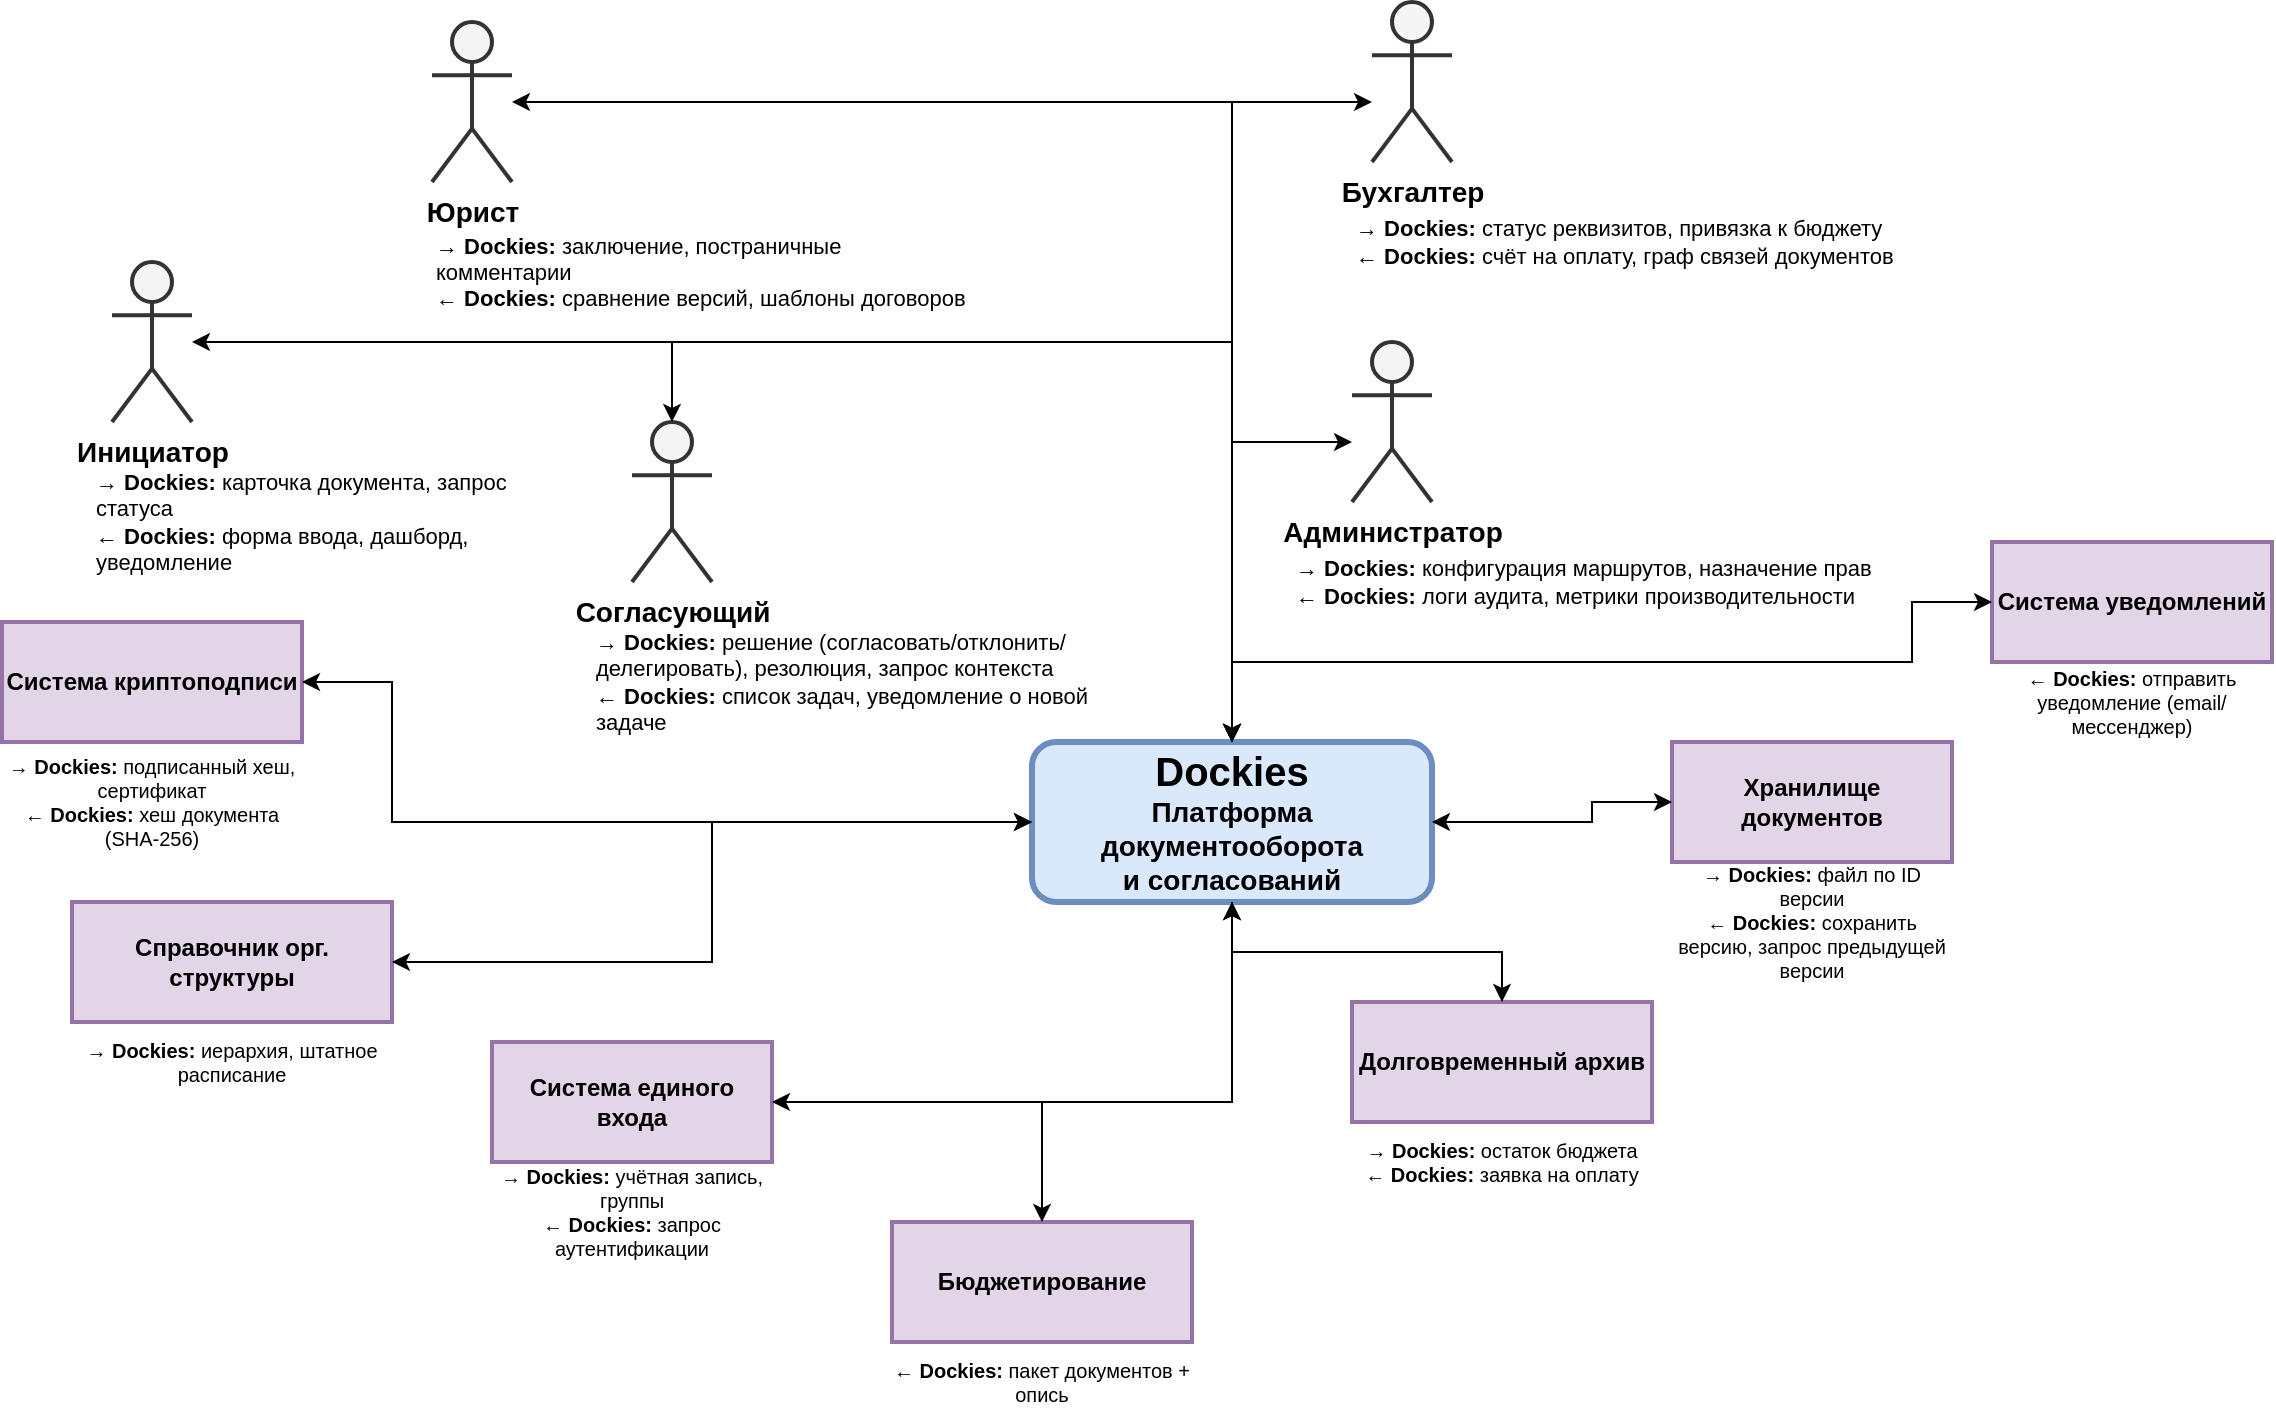
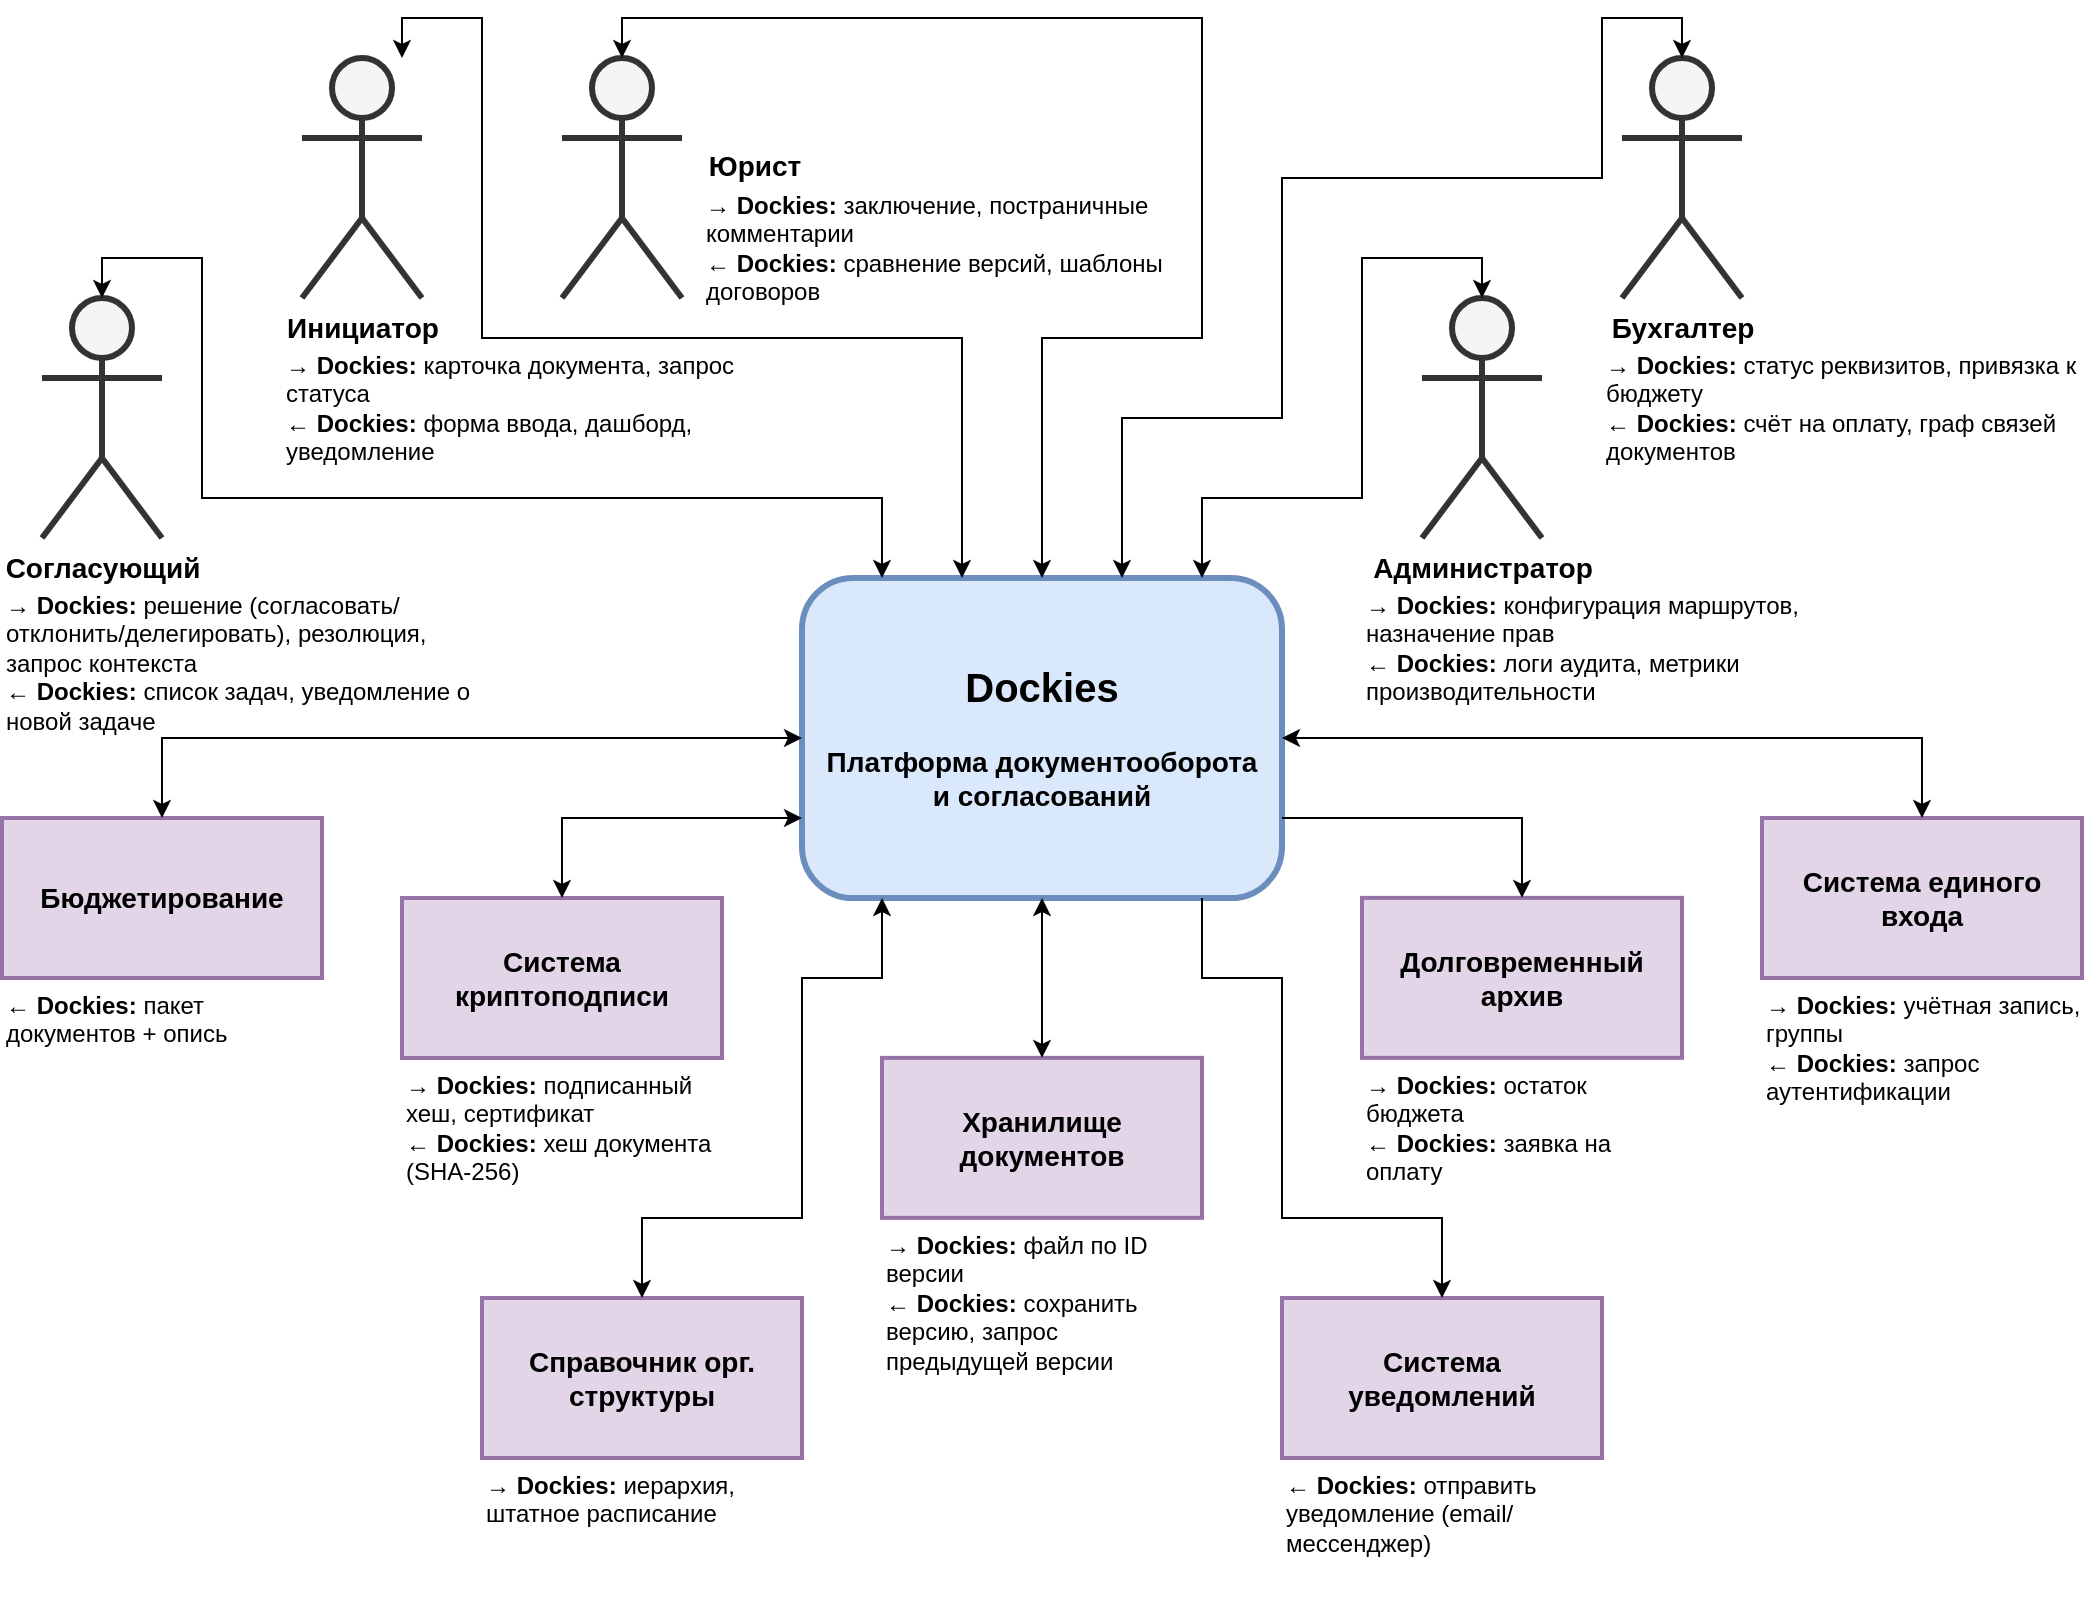
- <mxfile host="drawio-plugin" modified="2026-05-20T15:04:27.407Z" agent="Mozilla/5.0 (Windows NT 10.0; Win64; x64) AppleWebKit/537.36 (KHTML, like Gecko) Chrome/137.0.0.0 Safari/537.36" version="22.1.22" etag="Rio4JyiHNTzNTQ91zVzI" type="embed">
+ <mxfile host="drawio-plugin" modified="2026-05-20T16:00:39.838Z" agent="Mozilla/5.0 (Windows NT 10.0; Win64; x64) AppleWebKit/537.36 (KHTML, like Gecko) Chrome/137.0.0.0 Safari/537.36" etag="QXG0xxcirUBjGd_FqxHp" version="22.1.22" type="embed">
  <diagram name="Контекстная диаграмма Dockies" id="dockies-context">
-     <mxGraphModel dx="401" dy="223" grid="1" gridSize="10" guides="1" tooltips="1" connect="1" arrows="1" fold="1" page="1" pageScale="1" pageWidth="1600" pageHeight="1200" math="0" shadow="0">
+     <mxGraphModel dx="671" dy="398" grid="1" gridSize="10" guides="1" tooltips="1" connect="1" arrows="1" fold="1" page="1" pageScale="1" pageWidth="1600" pageHeight="1200" math="0" shadow="0">
      <root>
        <mxCell id="0" />
        <mxCell id="1" parent="0" />
-         <mxCell id="dockies" value="&lt;b style=&quot;font-size:20px&quot;&gt;Dockies&lt;/b&gt;&lt;br&gt;Платформа документооборота&lt;br&gt;и согласований" style="rounded=1;whiteSpace=wrap;html=1;fillColor=#dae8fc;strokeColor=#6c8ebf;strokeWidth=3;fontSize=14;fontStyle=1;align=center;" parent="1" vertex="1">
-           <mxGeometry x="560" y="480" width="200" height="80" as="geometry" />
+         <mxCell id="dockies" value="&lt;b style=&quot;font-size:20px&quot;&gt;Dockies&lt;br&gt;&lt;/b&gt;&lt;br&gt;Платформа документооборота&lt;br&gt;и согласований" style="rounded=1;whiteSpace=wrap;html=1;fillColor=#dae8fc;strokeColor=#6c8ebf;strokeWidth=3;fontSize=14;fontStyle=1;align=center;arcSize=16;" parent="1" vertex="1">
+           <mxGeometry x="880" y="640" width="240" height="160" as="geometry" />
        </mxCell>
-         <mxCell id="initiator" value="Инициатор" style="shape=umlActor;verticalLabelPosition=bottom;verticalAlign=top;html=1;outlineConnect=0;strokeWidth=2;fillColor=#f5f5f5;strokeColor=#333333;fontSize=14;fontStyle=1" parent="1" vertex="1">
-           <mxGeometry x="100" y="240" width="40" height="80" as="geometry" />
+         <mxCell id="initiator" value="Инициатор" style="shape=umlActor;verticalLabelPosition=bottom;verticalAlign=top;html=1;outlineConnect=0;strokeWidth=3;fillColor=#f5f5f5;strokeColor=#333333;fontSize=14;fontStyle=1" parent="1" vertex="1">
+           <mxGeometry x="630" y="380" width="60" height="120" as="geometry" />
        </mxCell>
-         <mxCell id="initiator-text" value="&lt;b&gt;→ Dockies:&lt;/b&gt; карточка документа, запрос статуса&lt;br&gt;&lt;b&gt;← Dockies:&lt;/b&gt; форма ввода, дашборд, уведомление" style="text;html=1;strokeColor=none;fillColor=none;align=left;verticalAlign=middle;whiteSpace=wrap;fontSize=11;" parent="1" vertex="1">
-           <mxGeometry x="90" y="340" width="240" height="60" as="geometry" />
+         <mxCell id="initiator-text" value="&lt;b style=&quot;font-size: 12px;&quot;&gt;→ Dockies:&lt;/b&gt; карточка документа, запрос статуса&lt;br style=&quot;font-size: 12px;&quot;&gt;&lt;b style=&quot;font-size: 12px;&quot;&gt;← Dockies:&lt;/b&gt; форма ввода, дашборд, уведомление" style="text;html=1;strokeColor=none;fillColor=none;align=left;verticalAlign=top;whiteSpace=wrap;fontSize=12;" parent="1" vertex="1">
+           <mxGeometry x="620" y="520" width="240" height="80" as="geometry" />
        </mxCell>
        <mxCell id="edge-init" style="edgeStyle=orthogonalEdgeStyle;rounded=0;orthogonalLoop=1;jettySize=auto;html=1;endArrow=classic;startArrow=classic;endFill=1;startFill=1;" parent="1" source="initiator" target="dockies" edge="1">
-           <mxGeometry relative="1" as="geometry" />
+           <mxGeometry relative="1" as="geometry">
+             <Array as="points">
+               <mxPoint x="680" y="360" />
+               <mxPoint x="720" y="360" />
+               <mxPoint x="720" y="520" />
+               <mxPoint x="960" y="520" />
+             </Array>
+           </mxGeometry>
        </mxCell>
-         <mxCell id="approver" value="Согласующий" style="shape=umlActor;verticalLabelPosition=bottom;verticalAlign=top;html=1;outlineConnect=0;strokeWidth=2;fillColor=#f5f5f5;strokeColor=#333333;fontSize=14;fontStyle=1" parent="1" vertex="1">
-           <mxGeometry x="360" y="320" width="40" height="80" as="geometry" />
+         <mxCell id="approver" value="Согласующий" style="shape=umlActor;verticalLabelPosition=bottom;verticalAlign=top;html=1;outlineConnect=0;strokeWidth=3;fillColor=#f5f5f5;strokeColor=#333333;fontSize=14;fontStyle=1" parent="1" vertex="1">
+           <mxGeometry x="500" y="500" width="60" height="120" as="geometry" />
        </mxCell>
-         <mxCell id="approver-text" value="&lt;b&gt;→ Dockies:&lt;/b&gt; решение (согласовать/отклонить/делегировать), резолюция, запрос контекста&lt;br&gt;&lt;b&gt;← Dockies:&lt;/b&gt; список задач, уведомление о новой задаче" style="text;html=1;strokeColor=none;fillColor=none;align=left;verticalAlign=middle;whiteSpace=wrap;fontSize=11;" parent="1" vertex="1">
-           <mxGeometry x="340" y="420" width="280" height="60" as="geometry" />
+         <mxCell id="approver-text" value="&lt;b style=&quot;font-size: 12px;&quot;&gt;→ Dockies:&lt;/b&gt; решение (согласовать/отклонить/делегировать), резолюция, запрос контекста&lt;br style=&quot;font-size: 12px;&quot;&gt;&lt;b style=&quot;font-size: 12px;&quot;&gt;← Dockies:&lt;/b&gt; список задач, уведомление о новой задаче" style="text;html=1;strokeColor=none;fillColor=none;align=left;verticalAlign=top;whiteSpace=wrap;fontSize=12;" parent="1" vertex="1">
+           <mxGeometry x="480" y="640" width="240" height="80" as="geometry" />
        </mxCell>
        <mxCell id="edge-appr" style="edgeStyle=orthogonalEdgeStyle;rounded=0;orthogonalLoop=1;jettySize=auto;html=1;endArrow=classic;startArrow=classic;endFill=1;startFill=1;" parent="1" source="approver" target="dockies" edge="1">
          <mxGeometry relative="1" as="geometry">
            <Array as="points">
-               <mxPoint x="380" y="280" />
-               <mxPoint x="660" y="280" />
+               <mxPoint x="530" y="480" />
+               <mxPoint x="580" y="480" />
+               <mxPoint x="580" y="600" />
+               <mxPoint x="920" y="600" />
            </Array>
          </mxGeometry>
        </mxCell>
-         <mxCell id="lawyer" value="Юрист" style="shape=umlActor;verticalLabelPosition=bottom;verticalAlign=top;html=1;outlineConnect=0;strokeWidth=2;fillColor=#f5f5f5;strokeColor=#333333;fontSize=14;fontStyle=1" parent="1" vertex="1">
-           <mxGeometry x="260" y="120" width="40" height="80" as="geometry" />
+         <mxCell id="lawyer" value="Юрист" style="shape=umlActor;verticalLabelPosition=bottom;verticalAlign=top;html=1;outlineConnect=0;strokeWidth=3;fillColor=#f5f5f5;strokeColor=#333333;fontSize=14;fontStyle=1;spacingLeft=132;spacingBottom=0;spacingRight=0;spacingTop=-81;" parent="1" vertex="1">
+           <mxGeometry x="760" y="380" width="60" height="120" as="geometry" />
        </mxCell>
-         <mxCell id="lawyer-text" value="&lt;b&gt;→ Dockies:&lt;/b&gt; заключение, постраничные комментарии&lt;br&gt;&lt;b&gt;← Dockies:&lt;/b&gt; сравнение версий, шаблоны договоров" style="text;html=1;strokeColor=none;fillColor=none;align=left;verticalAlign=middle;whiteSpace=wrap;fontSize=11;" parent="1" vertex="1">
-           <mxGeometry x="260" y="220" width="270" height="50" as="geometry" />
+         <mxCell id="lawyer-text" value="&lt;b style=&quot;font-size: 12px;&quot;&gt;→ Dockies:&lt;/b&gt; заключение, постраничные комментарии&lt;br style=&quot;font-size: 12px;&quot;&gt;&lt;b style=&quot;font-size: 12px;&quot;&gt;← Dockies:&lt;/b&gt; сравнение версий, шаблоны договоров" style="text;html=1;strokeColor=none;fillColor=none;align=left;verticalAlign=top;whiteSpace=wrap;fontSize=12;" parent="1" vertex="1">
+           <mxGeometry x="830" y="440" width="240" height="80" as="geometry" />
        </mxCell>
        <mxCell id="edge-law" style="edgeStyle=orthogonalEdgeStyle;rounded=0;orthogonalLoop=1;jettySize=auto;html=1;endArrow=classic;startArrow=classic;endFill=1;startFill=1;" parent="1" source="lawyer" target="dockies" edge="1">
-           <mxGeometry relative="1" as="geometry" />
+           <mxGeometry relative="1" as="geometry">
+             <Array as="points">
+               <mxPoint x="790" y="360" />
+               <mxPoint x="1080" y="360" />
+               <mxPoint x="1080" y="520" />
+               <mxPoint x="1000" y="520" />
+             </Array>
+           </mxGeometry>
        </mxCell>
-         <mxCell id="accountant" value="Бухгалтер" style="shape=umlActor;verticalLabelPosition=bottom;verticalAlign=top;html=1;outlineConnect=0;strokeWidth=2;fillColor=#f5f5f5;strokeColor=#333333;fontSize=14;fontStyle=1" parent="1" vertex="1">
-           <mxGeometry x="730" y="110" width="40" height="80" as="geometry" />
+         <mxCell id="accountant" value="Бухгалтер" style="shape=umlActor;verticalLabelPosition=bottom;verticalAlign=top;html=1;outlineConnect=0;strokeWidth=3;fillColor=#f5f5f5;strokeColor=#333333;fontSize=14;fontStyle=1" parent="1" vertex="1">
+           <mxGeometry x="1290" y="380" width="60" height="120" as="geometry" />
        </mxCell>
-         <mxCell id="accountant-text" value="&lt;b&gt;→ Dockies:&lt;/b&gt; статус реквизитов, привязка к бюджету&lt;br&gt;&lt;b&gt;← Dockies:&lt;/b&gt; счёт на оплату, граф связей документов" style="text;html=1;strokeColor=none;fillColor=none;align=left;verticalAlign=middle;whiteSpace=wrap;fontSize=11;" parent="1" vertex="1">
-           <mxGeometry x="720" y="210" width="280" height="40" as="geometry" />
+         <mxCell id="accountant-text" value="&lt;b style=&quot;font-size: 12px;&quot;&gt;→ Dockies:&lt;/b&gt; статус реквизитов, привязка к бюджету&lt;br style=&quot;font-size: 12px;&quot;&gt;&lt;b style=&quot;font-size: 12px;&quot;&gt;← Dockies:&lt;/b&gt; счёт на оплату, граф связей документов" style="text;html=1;strokeColor=none;fillColor=none;align=left;verticalAlign=top;whiteSpace=wrap;fontSize=12;" parent="1" vertex="1">
+           <mxGeometry x="1280" y="520" width="240" height="80" as="geometry" />
        </mxCell>
        <mxCell id="edge-acc" style="edgeStyle=orthogonalEdgeStyle;rounded=0;orthogonalLoop=1;jettySize=auto;html=1;endArrow=classic;startArrow=classic;endFill=1;startFill=1;" parent="1" source="accountant" target="dockies" edge="1">
          <mxGeometry relative="1" as="geometry">
            <Array as="points">
-               <mxPoint x="660" y="160" />
+               <mxPoint x="1320" y="360" />
+               <mxPoint x="1280" y="360" />
+               <mxPoint x="1280" y="440" />
+               <mxPoint x="1120" y="440" />
+               <mxPoint x="1120" y="560" />
+               <mxPoint x="1040" y="560" />
            </Array>
          </mxGeometry>
        </mxCell>
-         <mxCell id="admin" value="Администратор" style="shape=umlActor;verticalLabelPosition=bottom;verticalAlign=top;html=1;outlineConnect=0;strokeWidth=2;fillColor=#f5f5f5;strokeColor=#333333;fontSize=14;fontStyle=1" parent="1" vertex="1">
-           <mxGeometry x="720" y="280" width="40" height="80" as="geometry" />
+         <mxCell id="admin" value="Администратор" style="shape=umlActor;verticalLabelPosition=bottom;verticalAlign=top;html=1;outlineConnect=0;strokeWidth=3;fillColor=#f5f5f5;strokeColor=#333333;fontSize=14;fontStyle=1" parent="1" vertex="1">
+           <mxGeometry x="1190" y="500" width="60" height="120" as="geometry" />
        </mxCell>
-         <mxCell id="admin-text" value="&lt;b&gt;→ Dockies:&lt;/b&gt; конфигурация маршрутов, назначение прав&lt;br&gt;&lt;b&gt;← Dockies:&lt;/b&gt; логи аудита, метрики производительности" style="text;html=1;strokeColor=none;fillColor=none;align=left;verticalAlign=middle;whiteSpace=wrap;fontSize=11;" parent="1" vertex="1">
-           <mxGeometry x="690" y="380" width="290" height="40" as="geometry" />
+         <mxCell id="admin-text" value="&lt;b style=&quot;font-size: 12px;&quot;&gt;→ Dockies:&lt;/b&gt; конфигурация маршрутов, назначение прав&lt;br style=&quot;font-size: 12px;&quot;&gt;&lt;b style=&quot;font-size: 12px;&quot;&gt;← Dockies:&lt;/b&gt; логи аудита, метрики производительности" style="text;html=1;strokeColor=none;fillColor=none;align=left;verticalAlign=top;whiteSpace=wrap;fontSize=12;" parent="1" vertex="1">
+           <mxGeometry x="1160" y="640" width="240" height="80" as="geometry" />
        </mxCell>
        <mxCell id="edge-adm" style="edgeStyle=orthogonalEdgeStyle;rounded=0;orthogonalLoop=1;jettySize=auto;html=1;endArrow=classic;startArrow=classic;endFill=1;startFill=1;" parent="1" source="admin" target="dockies" edge="1">
          <mxGeometry relative="1" as="geometry">
            <Array as="points">
-               <mxPoint x="660" y="330" />
+               <mxPoint x="1220" y="480" />
+               <mxPoint x="1160" y="480" />
+               <mxPoint x="1160" y="600" />
+               <mxPoint x="1080" y="600" />
            </Array>
          </mxGeometry>
        </mxCell>
-         <mxCell id="sso" value="Система единого входа" style="rounded=0;whiteSpace=wrap;html=1;fillColor=#e1d5e7;strokeColor=#9673a6;strokeWidth=2;fontSize=12;fontStyle=1;" parent="1" vertex="1">
-           <mxGeometry x="290" y="630" width="140" height="60" as="geometry" />
+         <mxCell id="sso" value="&lt;font style=&quot;font-size: 14px;&quot;&gt;Система единого входа&lt;/font&gt;" style="rounded=0;whiteSpace=wrap;html=1;fillColor=#e1d5e7;strokeColor=#9673a6;strokeWidth=2;fontSize=14;fontStyle=1;" parent="1" vertex="1">
+           <mxGeometry x="1360" y="760" width="160" height="80" as="geometry" />
        </mxCell>
-         <mxCell id="sso-text" value="&lt;b&gt;→ Dockies:&lt;/b&gt; учётная запись, группы&lt;br&gt;&lt;b&gt;← Dockies:&lt;/b&gt; запрос аутентификации" style="text;html=1;strokeColor=none;fillColor=none;align=center;verticalAlign=middle;whiteSpace=wrap;fontSize=10;" parent="1" vertex="1">
-           <mxGeometry x="290" y="690" width="140" height="50" as="geometry" />
+         <mxCell id="sso-text" value="&lt;b style=&quot;font-size: 12px;&quot;&gt;→ Dockies:&lt;/b&gt; учётная запись, группы&lt;br style=&quot;font-size: 12px;&quot;&gt;&lt;b style=&quot;font-size: 12px;&quot;&gt;← Dockies:&lt;/b&gt; запрос аутентификации" style="text;html=1;strokeColor=none;fillColor=none;align=left;verticalAlign=top;whiteSpace=wrap;fontSize=12;" parent="1" vertex="1">
+           <mxGeometry x="1360" y="840" width="160" height="80" as="geometry" />
        </mxCell>
        <mxCell id="edge-sso" style="edgeStyle=orthogonalEdgeStyle;rounded=0;orthogonalLoop=1;jettySize=auto;html=1;endArrow=classic;startArrow=classic;endFill=1;startFill=1;" parent="1" source="sso" target="dockies" edge="1">
-           <mxGeometry relative="1" as="geometry" />
-         </mxCell>
-         <mxCell id="storage" value="Хранилище документов" style="rounded=0;whiteSpace=wrap;html=1;fillColor=#e1d5e7;strokeColor=#9673a6;strokeWidth=2;fontSize=12;fontStyle=1;" parent="1" vertex="1">
-           <mxGeometry x="880" y="480" width="140" height="60" as="geometry" />
-         </mxCell>
-         <mxCell id="storage-text" value="&lt;b&gt;→ Dockies:&lt;/b&gt; файл по ID версии&lt;br&gt;&lt;b&gt;← Dockies:&lt;/b&gt; сохранить версию, запрос предыдущей версии" style="text;html=1;strokeColor=none;fillColor=none;align=center;verticalAlign=middle;whiteSpace=wrap;fontSize=10;" parent="1" vertex="1">
-           <mxGeometry x="880" y="540" width="140" height="60" as="geometry" />
-         </mxCell>
-         <mxCell id="edge-stor" style="edgeStyle=orthogonalEdgeStyle;rounded=0;orthogonalLoop=1;jettySize=auto;html=1;endArrow=classic;startArrow=classic;endFill=1;startFill=1;" parent="1" source="storage" target="dockies" edge="1">
          <mxGeometry relative="1" as="geometry">
            <Array as="points">
-               <mxPoint x="840" y="510" />
-               <mxPoint x="840" y="520" />
+               <mxPoint x="1440" y="720" />
            </Array>
          </mxGeometry>
        </mxCell>
-         <mxCell id="notif" value="Система уведомлений" style="rounded=0;whiteSpace=wrap;html=1;fillColor=#e1d5e7;strokeColor=#9673a6;strokeWidth=2;fontSize=12;fontStyle=1;" parent="1" vertex="1">
-           <mxGeometry x="1040" y="380" width="140" height="60" as="geometry" />
+         <mxCell id="storage" value="&lt;font style=&quot;font-size: 14px;&quot;&gt;Хранилище документов&lt;/font&gt;" style="rounded=0;whiteSpace=wrap;html=1;fillColor=#e1d5e7;strokeColor=#9673a6;strokeWidth=2;fontSize=14;fontStyle=1;" parent="1" vertex="1">
+           <mxGeometry x="920" y="879.9300000000001" width="160" height="80" as="geometry" />
        </mxCell>
-         <mxCell id="notif-text" value="&lt;b&gt;← Dockies:&lt;/b&gt; отправить уведомление (email/мессенджер)" style="text;html=1;strokeColor=none;fillColor=none;align=center;verticalAlign=middle;whiteSpace=wrap;fontSize=10;" parent="1" vertex="1">
-           <mxGeometry x="1040" y="440" width="140" height="40" as="geometry" />
+         <mxCell id="storage-text" value="&lt;font style=&quot;font-size: 12px;&quot;&gt;&lt;b style=&quot;font-size: 12px;&quot;&gt;→ Dockies:&lt;/b&gt; файл по ID версии&lt;br style=&quot;font-size: 12px;&quot;&gt;&lt;b style=&quot;font-size: 12px;&quot;&gt;← Dockies:&lt;/b&gt; сохранить версию, запрос предыдущей версии&lt;/font&gt;" style="text;html=1;strokeColor=none;fillColor=none;align=left;verticalAlign=top;whiteSpace=wrap;fontSize=12;" parent="1" vertex="1">
+           <mxGeometry x="920" y="959.9300000000001" width="160" height="80" as="geometry" />
+         </mxCell>
+         <mxCell id="edge-stor" style="edgeStyle=orthogonalEdgeStyle;rounded=0;orthogonalLoop=1;jettySize=auto;html=1;endArrow=classic;startArrow=classic;endFill=1;startFill=1;exitX=0.5;exitY=0;exitDx=0;exitDy=0;" parent="1" source="storage" target="dockies" edge="1">
+           <mxGeometry relative="1" as="geometry">
+             <Array as="points">
+               <mxPoint x="1000" y="840" />
+               <mxPoint x="1000" y="840" />
+             </Array>
+             <mxPoint x="1030" y="970" as="sourcePoint" />
+           </mxGeometry>
+         </mxCell>
+         <mxCell id="notif" value="&lt;font style=&quot;font-size: 14px;&quot;&gt;Система &lt;br style=&quot;font-size: 14px;&quot;&gt;уведомлений&lt;/font&gt;" style="rounded=0;whiteSpace=wrap;html=1;fillColor=#e1d5e7;strokeColor=#9673a6;strokeWidth=2;fontSize=14;fontStyle=1;" parent="1" vertex="1">
+           <mxGeometry x="1120" y="1000" width="160" height="80" as="geometry" />
+         </mxCell>
+         <mxCell id="notif-text" value="&lt;b style=&quot;font-size: 12px;&quot;&gt;← Dockies:&lt;/b&gt; отправить уведомление (email/мессенджер)" style="text;html=1;strokeColor=none;fillColor=none;align=left;verticalAlign=top;whiteSpace=wrap;fontSize=12;" parent="1" vertex="1">
+           <mxGeometry x="1120" y="1080" width="160" height="80" as="geometry" />
        </mxCell>
        <mxCell id="edge-notif" style="edgeStyle=orthogonalEdgeStyle;rounded=0;orthogonalLoop=1;jettySize=auto;html=1;endArrow=classic;endFill=1;" parent="1" source="dockies" target="notif" edge="1">
          <mxGeometry relative="1" as="geometry">
            <Array as="points">
-               <mxPoint x="660" y="440" />
-               <mxPoint x="1000" y="440" />
-               <mxPoint x="1000" y="410" />
+               <mxPoint x="1080" y="840" />
+               <mxPoint x="1120" y="840" />
+               <mxPoint x="1120" y="960" />
+               <mxPoint x="1200" y="960" />
            </Array>
          </mxGeometry>
        </mxCell>
-         <mxCell id="org" value="Справочник орг. структуры" style="rounded=0;whiteSpace=wrap;html=1;fillColor=#e1d5e7;strokeColor=#9673a6;strokeWidth=2;fontSize=12;fontStyle=1;" parent="1" vertex="1">
-           <mxGeometry x="80" y="560" width="160" height="60" as="geometry" />
+         <mxCell id="org" value="&lt;font style=&quot;font-size: 14px;&quot;&gt;Справочник орг. структуры&lt;/font&gt;" style="rounded=0;whiteSpace=wrap;html=1;fillColor=#e1d5e7;strokeColor=#9673a6;strokeWidth=2;fontSize=14;fontStyle=1;" parent="1" vertex="1">
+           <mxGeometry x="720" y="1000" width="160" height="80" as="geometry" />
        </mxCell>
-         <mxCell id="org-text" value="&lt;b&gt;→ Dockies:&lt;/b&gt; иерархия, штатное расписание" style="text;html=1;strokeColor=none;fillColor=none;align=center;verticalAlign=middle;whiteSpace=wrap;fontSize=10;" parent="1" vertex="1">
-           <mxGeometry x="80" y="620" width="160" height="40" as="geometry" />
+         <mxCell id="org-text" value="&lt;font style=&quot;font-size: 12px;&quot;&gt;&lt;b style=&quot;font-size: 12px;&quot;&gt;→ Dockies:&lt;/b&gt; иерархия, штатное расписание&lt;/font&gt;" style="text;html=1;strokeColor=none;fillColor=none;align=left;verticalAlign=top;whiteSpace=wrap;fontSize=12;" parent="1" vertex="1">
+           <mxGeometry x="720" y="1080" width="160" height="80" as="geometry" />
        </mxCell>
        <mxCell id="edge-org" style="edgeStyle=orthogonalEdgeStyle;rounded=0;orthogonalLoop=1;jettySize=auto;html=1;endArrow=classic;startArrow=classic;endFill=1;startFill=1;" parent="1" source="org" target="dockies" edge="1">
-           <mxGeometry relative="1" as="geometry" />
+           <mxGeometry relative="1" as="geometry">
+             <Array as="points">
+               <mxPoint x="800" y="960" />
+               <mxPoint x="880" y="960" />
+               <mxPoint x="880" y="840" />
+               <mxPoint x="920" y="840" />
+             </Array>
+           </mxGeometry>
        </mxCell>
-         <mxCell id="crypto" value="Система криптоподписи" style="rounded=0;whiteSpace=wrap;html=1;fillColor=#e1d5e7;strokeColor=#9673a6;strokeWidth=2;fontSize=12;fontStyle=1;" parent="1" vertex="1">
-           <mxGeometry x="45" y="420" width="150" height="60" as="geometry" />
+         <mxCell id="crypto" value="Система криптоподписи" style="rounded=0;whiteSpace=wrap;html=1;fillColor=#e1d5e7;strokeColor=#9673a6;strokeWidth=2;fontSize=14;fontStyle=1;" parent="1" vertex="1">
+           <mxGeometry x="680" y="800" width="160" height="80" as="geometry" />
        </mxCell>
-         <mxCell id="crypto-text" value="&lt;b&gt;→ Dockies:&lt;/b&gt; подписанный хеш, сертификат&lt;br&gt;&lt;b&gt;← Dockies:&lt;/b&gt; хеш документа (SHA-256)" style="text;html=1;strokeColor=none;fillColor=none;align=center;verticalAlign=middle;whiteSpace=wrap;fontSize=10;" parent="1" vertex="1">
-           <mxGeometry x="45" y="480" width="150" height="60" as="geometry" />
+         <mxCell id="crypto-text" value="&lt;b style=&quot;font-size: 12px;&quot;&gt;→ Dockies:&lt;/b&gt; подписанный хеш, сертификат&lt;br style=&quot;font-size: 12px;&quot;&gt;&lt;b style=&quot;font-size: 12px;&quot;&gt;← Dockies:&lt;/b&gt; хеш документа (SHA-256)" style="text;html=1;strokeColor=none;fillColor=none;align=left;verticalAlign=top;whiteSpace=wrap;fontSize=12;" parent="1" vertex="1">
+           <mxGeometry x="680" y="879.93" width="160" height="80.07" as="geometry" />
        </mxCell>
        <mxCell id="edge-crypt" style="edgeStyle=orthogonalEdgeStyle;rounded=0;orthogonalLoop=1;jettySize=auto;html=1;endArrow=classic;startArrow=classic;endFill=1;startFill=1;" parent="1" source="crypto" target="dockies" edge="1">
          <mxGeometry relative="1" as="geometry">
            <Array as="points">
-               <mxPoint x="240" y="450" />
-               <mxPoint x="240" y="520" />
+               <mxPoint x="760" y="760" />
            </Array>
          </mxGeometry>
        </mxCell>
-         <mxCell id="archive" value="Долговременный архив" style="rounded=0;whiteSpace=wrap;html=1;fillColor=#e1d5e7;strokeColor=#9673a6;strokeWidth=2;fontSize=12;fontStyle=1;" parent="1" vertex="1">
-           <mxGeometry x="720" y="610" width="150" height="60" as="geometry" />
+         <mxCell id="archive" value="&lt;font style=&quot;font-size: 14px;&quot; face=&quot;Helvetica&quot;&gt;Долговременный архив&lt;/font&gt;" style="rounded=0;whiteSpace=wrap;html=1;fillColor=#e1d5e7;strokeColor=#9673a6;strokeWidth=2;fontSize=14;fontStyle=1;" parent="1" vertex="1">
+           <mxGeometry x="1160" y="799.93" width="160" height="80" as="geometry" />
        </mxCell>
-         <mxCell id="archive-text" value="&lt;b&gt;← Dockies:&lt;/b&gt; пакет документов + опись" style="text;html=1;strokeColor=none;fillColor=none;align=center;verticalAlign=middle;whiteSpace=wrap;fontSize=10;" parent="1" vertex="1">
-           <mxGeometry x="490" y="780" width="150" height="40" as="geometry" />
+         <mxCell id="archive-text" value="&lt;b style=&quot;font-size: 12px;&quot;&gt;← Dockies:&lt;/b&gt; пакет документов + опись" style="text;html=1;strokeColor=none;fillColor=none;align=left;verticalAlign=top;whiteSpace=wrap;fontSize=12;" parent="1" vertex="1">
+           <mxGeometry x="480" y="840" width="160" height="40" as="geometry" />
        </mxCell>
-         <mxCell id="edge-arch" style="edgeStyle=orthogonalEdgeStyle;rounded=0;orthogonalLoop=1;jettySize=auto;html=1;endArrow=classic;endFill=1;" parent="1" source="dockies" target="archive" edge="1">
-           <mxGeometry relative="1" as="geometry" />
+         <mxCell id="edge-arch" style="edgeStyle=orthogonalEdgeStyle;rounded=0;orthogonalLoop=1;jettySize=auto;html=1;endArrow=classic;endFill=1;entryX=0.5;entryY=0;entryDx=0;entryDy=0;exitX=1;exitY=0.75;exitDx=0;exitDy=0;" parent="1" source="dockies" target="archive" edge="1">
+           <mxGeometry relative="1" as="geometry">
+             <mxPoint x="1160" y="720" as="sourcePoint" />
+             <Array as="points">
+               <mxPoint x="1240" y="760" />
+             </Array>
+           </mxGeometry>
        </mxCell>
-         <mxCell id="budget" value="Бюджетирование" style="rounded=0;whiteSpace=wrap;html=1;fillColor=#e1d5e7;strokeColor=#9673a6;strokeWidth=2;fontSize=12;fontStyle=1;" parent="1" vertex="1">
-           <mxGeometry x="490" y="720" width="150" height="60" as="geometry" />
+         <mxCell id="budget" value="&lt;font style=&quot;font-size: 14px;&quot;&gt;Бюджетирование&lt;/font&gt;" style="rounded=0;whiteSpace=wrap;html=1;fillColor=#e1d5e7;strokeColor=#9673a6;strokeWidth=2;fontSize=14;fontStyle=1;" parent="1" vertex="1">
+           <mxGeometry x="480" y="760" width="160" height="80" as="geometry" />
        </mxCell>
-         <mxCell id="budget-text" value="&lt;b&gt;→ Dockies:&lt;/b&gt; остаток бюджета&lt;br&gt;&lt;b&gt;← Dockies:&lt;/b&gt; заявка на оплату" style="text;html=1;strokeColor=none;fillColor=none;align=center;verticalAlign=middle;whiteSpace=wrap;fontSize=10;" parent="1" vertex="1">
-           <mxGeometry x="720" y="670" width="150" height="40" as="geometry" />
+         <mxCell id="budget-text" value="&lt;font face=&quot;Helvetica&quot; style=&quot;font-size: 12px;&quot;&gt;&lt;b style=&quot;font-size: 12px;&quot;&gt;→ Dockies:&lt;/b&gt; остаток бюджета&lt;br style=&quot;font-size: 12px;&quot;&gt;&lt;b style=&quot;font-size: 12px;&quot;&gt;← Dockies:&lt;/b&gt; заявка на оплату&lt;/font&gt;" style="text;html=1;strokeColor=none;fillColor=none;align=left;verticalAlign=top;whiteSpace=wrap;fontSize=12;" parent="1" vertex="1">
+           <mxGeometry x="1160" y="879.93" width="160" height="80.07" as="geometry" />
        </mxCell>
-         <mxCell id="edge-bud" style="edgeStyle=orthogonalEdgeStyle;rounded=0;orthogonalLoop=1;jettySize=auto;html=1;endArrow=classic;startArrow=classic;endFill=1;startFill=1;" parent="1" source="budget" target="dockies" edge="1">
+         <mxCell id="edge-bud" style="edgeStyle=orthogonalEdgeStyle;rounded=0;orthogonalLoop=1;jettySize=auto;html=1;endArrow=classic;startArrow=classic;endFill=1;startFill=1;exitX=0.5;exitY=0;exitDx=0;exitDy=0;" parent="1" source="budget" target="dockies" edge="1">
          <mxGeometry relative="1" as="geometry">
            <Array as="points">
-               <mxPoint x="565" y="660" />
-               <mxPoint x="660" y="660" />
+               <mxPoint x="560" y="720" />
            </Array>
          </mxGeometry>
        </mxCell>
      </root>
    </mxGraphModel>
  </diagram>
</mxfile>
